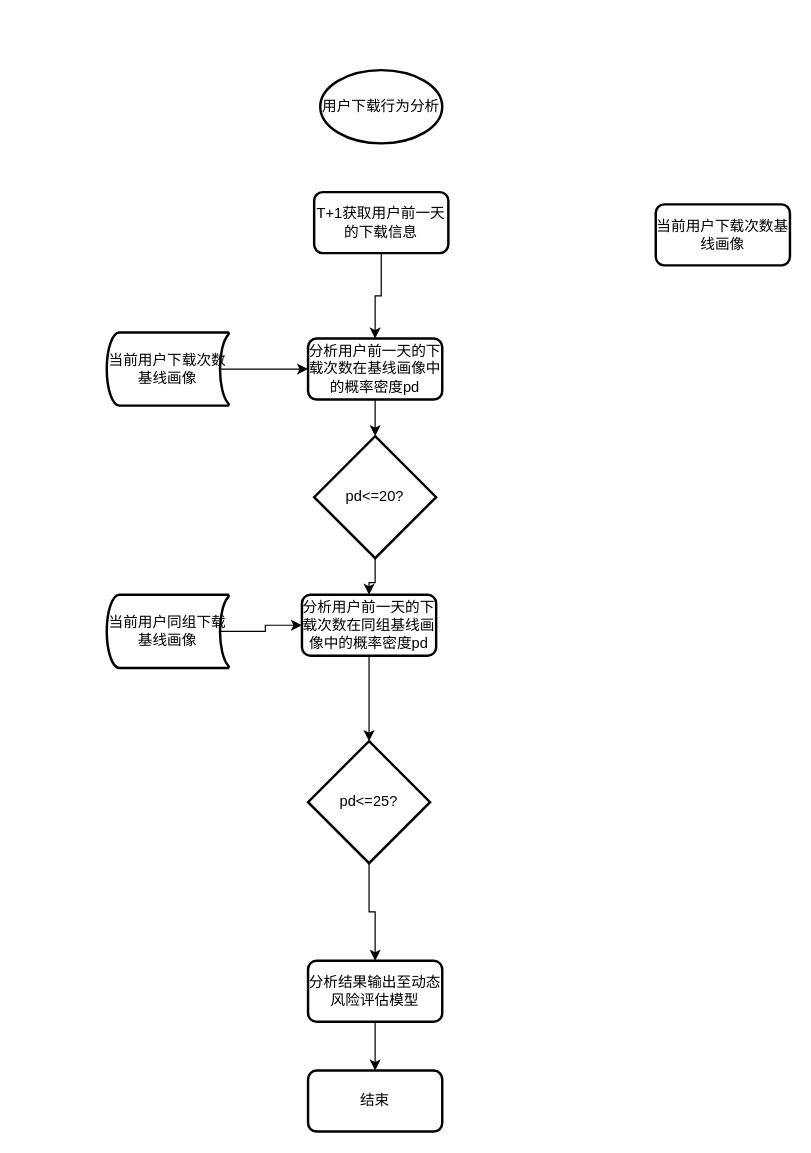
Before: 职能系统安全审计.drawio in zpxiao-ios/hello-world, a draw.io diagram. Source tidied: cells renumbered, new cells numbered last; positions are measured from the earlier drawing's top-left corner, leaving out a move shared by most shapes. Both pictures are drawn from the tidied source at 122%, with x=0, y=0 at pixel (106, 70).
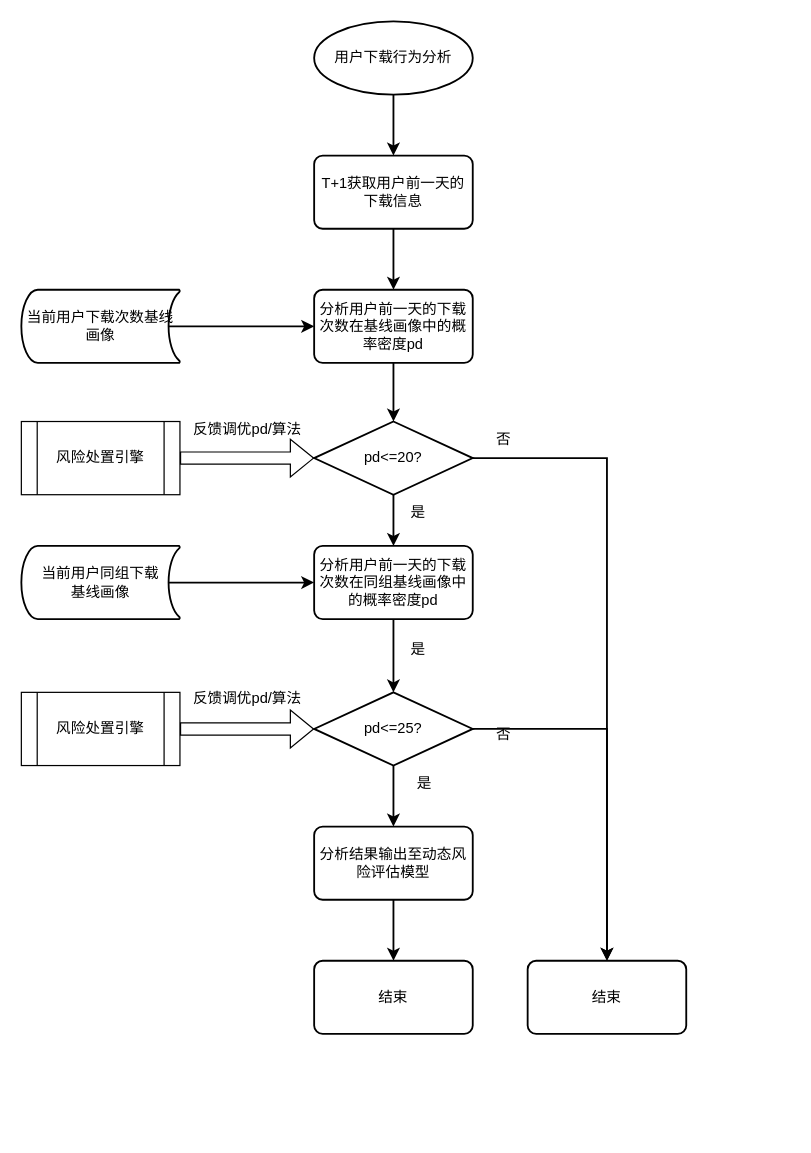
The same diagram, later.

Commit message (it also covers changes not shown here):
更新职能系统安全审计.drawio

What changed in the source:
```diff
@@
+    <mxCell id="21" style="edgeStyle=orthogonalEdgeStyle;rounded=0;jettySize=auto;html=1;exitX=0.5;exitY=1;exitDx=0;exitDy=0;exitPerimeter=0;entryX=0.5;entryY=0;entryDx=0;entryDy=0;strokeWidth=1.5;" parent="1" edge="1" source="2" target="4">
+      <mxGeometry relative="1" as="geometry" />
+    </mxCell>
-    <mxCell id="2" value="用户下载行为分析" style="strokeWidth=2;html=1;shape=mxgraph.flowchart.start_1;whiteSpace=wrap;" parent="1" vertex="1">
-      <mxGeometry x="175" width="100" height="60" as="geometry" />
+    <mxCell id="2" value="用户下载行为分析" style="strokeWidth=1.5;html=1;shape=mxgraph.flowchart.start_1;whiteSpace=wrap;" parent="1" vertex="1">
+      <mxGeometry x="170" y="-40" width="130" height="60" as="geometry" />
     </mxCell>
-    <mxCell id="3" style="edgeStyle=orthogonalEdgeStyle;rounded=0;jettySize=auto;html=1;exitX=0.5;exitY=1;exitDx=0;exitDy=0;" parent="1" edge="1" source="4" target="7">
+    <mxCell id="3" style="edgeStyle=orthogonalEdgeStyle;rounded=0;jettySize=auto;html=1;exitX=0.5;exitY=1;exitDx=0;exitDy=0;strokeWidth=1.5;" parent="1" edge="1" source="4" target="7">
       <mxGeometry relative="1" as="geometry" />
     </mxCell>
-    <mxCell id="4" value="T+1获取用户前一天的下载信息" style="rounded=1;whiteSpace=wrap;html=1;absoluteArcSize=1;arcSize=14;strokeWidth=2;" parent="1" vertex="1">
-      <mxGeometry x="170" y="100" width="110" height="50" as="geometry" />
+    <mxCell id="4" value="T+1获取用户前一天的下载信息" style="rounded=1;whiteSpace=wrap;html=1;absoluteArcSize=1;arcSize=14;strokeWidth=1.5;" parent="1" vertex="1">
+      <mxGeometry x="170" y="70" width="130" height="60" as="geometry" />
     </mxCell>
-    <mxCell id="5" value="当前用户下载次数基线画像" style="rounded=1;whiteSpace=wrap;html=1;absoluteArcSize=1;arcSize=14;strokeWidth=2;" parent="1" vertex="1">
-      <mxGeometry x="450" y="110" width="110" height="50" as="geometry" />
-    </mxCell>
-    <mxCell id="6" style="edgeStyle=orthogonalEdgeStyle;rounded=0;jettySize=auto;html=1;exitX=0.5;exitY=1;exitDx=0;exitDy=0;" parent="1" edge="1" source="7" target="9">
+    <mxCell id="6" style="edgeStyle=orthogonalEdgeStyle;rounded=0;jettySize=auto;html=1;exitX=0.5;exitY=1;exitDx=0;exitDy=0;strokeWidth=1.5;" parent="1" edge="1" source="7" target="9">
       <mxGeometry relative="1" as="geometry" />
     </mxCell>
-    <mxCell id="7" value="分析用户前一天的下载次数在基线画像中的概率密度pd" style="rounded=1;whiteSpace=wrap;html=1;absoluteArcSize=1;arcSize=14;strokeWidth=2;" parent="1" vertex="1">
-      <mxGeometry x="165" y="220" width="110" height="50" as="geometry" />
+    <mxCell id="7" value="分析用户前一天的下载次数在基线画像中的概率密度pd" style="rounded=1;whiteSpace=wrap;html=1;absoluteArcSize=1;arcSize=14;strokeWidth=1.5;" parent="1" vertex="1">
+      <mxGeometry x="170" y="180" width="130" height="60" as="geometry" />
     </mxCell>
-    <mxCell id="8" style="edgeStyle=orthogonalEdgeStyle;rounded=0;jettySize=auto;html=1;exitX=0.5;exitY=1;exitDx=0;exitDy=0;exitPerimeter=0;" parent="1" edge="1" source="9" target="15">
+    <mxCell id="8" style="edgeStyle=orthogonalEdgeStyle;rounded=0;jettySize=auto;html=1;exitX=0.5;exitY=1;exitDx=0;exitDy=0;exitPerimeter=0;strokeWidth=1.5;" parent="1" edge="1" source="9" target="15">
       <mxGeometry relative="1" as="geometry" />
     </mxCell>
+    <mxCell id="22" style="edgeStyle=orthogonalEdgeStyle;jettySize=auto;html=1;exitX=1;exitY=0.5;exitDx=0;exitDy=0;exitPerimeter=0;entryX=0.5;entryY=0;entryDx=0;entryDy=0;rounded=0;strokeWidth=1.5;" parent="1" edge="1" source="9" target="24">
+      <mxGeometry relative="1" as="geometry" />
+    </mxCell>
-    <mxCell id="9" value="pd&amp;lt;=20?" style="strokeWidth=2;html=1;shape=mxgraph.flowchart.decision;whiteSpace=wrap;" parent="1" vertex="1">
-      <mxGeometry x="170" y="300" width="100" height="100" as="geometry" />
+    <mxCell id="9" value="pd&amp;lt;=20?" style="strokeWidth=1.5;html=1;shape=mxgraph.flowchart.decision;whiteSpace=wrap;" parent="1" vertex="1">
+      <mxGeometry x="170" y="288" width="130" height="60" as="geometry" />
     </mxCell>
-    <mxCell id="10" style="edgeStyle=orthogonalEdgeStyle;rounded=0;jettySize=auto;html=1;exitX=0.93;exitY=0.5;exitDx=0;exitDy=0;exitPerimeter=0;entryX=0;entryY=0.5;entryDx=0;entryDy=0;" parent="1" edge="1" source="11" target="7">
+    <mxCell id="10" style="edgeStyle=orthogonalEdgeStyle;rounded=0;jettySize=auto;html=1;exitX=0.93;exitY=0.5;exitDx=0;exitDy=0;exitPerimeter=0;entryX=0;entryY=0.5;entryDx=0;entryDy=0;strokeWidth=1.5;" parent="1" edge="1" source="11" target="7">
       <mxGeometry relative="1" as="geometry" />
     </mxCell>
-    <mxCell id="11" value="当前用户下载次数基线画像" style="strokeWidth=2;html=1;shape=mxgraph.flowchart.stored_data;whiteSpace=wrap;" parent="1" vertex="1">
-      <mxGeometry y="215" width="100" height="60" as="geometry" />
+    <mxCell id="11" value="当前用户下载次数基线画像" style="strokeWidth=1.5;html=1;shape=mxgraph.flowchart.stored_data;whiteSpace=wrap;" parent="1" vertex="1">
+      <mxGeometry x="-70" y="180" width="130" height="60" as="geometry" />
     </mxCell>
-    <mxCell id="12" style="edgeStyle=orthogonalEdgeStyle;rounded=0;jettySize=auto;html=1;exitX=0.93;exitY=0.5;exitDx=0;exitDy=0;exitPerimeter=0;entryX=0;entryY=0.5;entryDx=0;entryDy=0;" parent="1" edge="1" source="13" target="15">
+    <mxCell id="12" style="edgeStyle=orthogonalEdgeStyle;rounded=0;jettySize=auto;html=1;exitX=0.93;exitY=0.5;exitDx=0;exitDy=0;exitPerimeter=0;entryX=0;entryY=0.5;entryDx=0;entryDy=0;strokeWidth=1.5;" parent="1" edge="1" source="13" target="15">
       <mxGeometry relative="1" as="geometry" />
     </mxCell>
-    <mxCell id="13" value="当前用户同组下载基线画像" style="strokeWidth=2;html=1;shape=mxgraph.flowchart.stored_data;whiteSpace=wrap;" parent="1" vertex="1">
-      <mxGeometry y="430" width="100" height="60" as="geometry" />
+    <mxCell id="13" value="当前用户同组下载&lt;br&gt;基线画像" style="strokeWidth=1.5;html=1;shape=mxgraph.flowchart.stored_data;whiteSpace=wrap;" parent="1" vertex="1">
+      <mxGeometry x="-70" y="390" width="130" height="60" as="geometry" />
     </mxCell>
-    <mxCell id="14" style="edgeStyle=orthogonalEdgeStyle;rounded=0;jettySize=auto;html=1;exitX=0.5;exitY=1;exitDx=0;exitDy=0;entryX=0.5;entryY=0;entryDx=0;entryDy=0;entryPerimeter=0;" parent="1" edge="1" source="15" target="17">
+    <mxCell id="14" style="edgeStyle=orthogonalEdgeStyle;rounded=0;jettySize=auto;html=1;exitX=0.5;exitY=1;exitDx=0;exitDy=0;entryX=0.5;entryY=0;entryDx=0;entryDy=0;entryPerimeter=0;strokeWidth=1.5;" parent="1" edge="1" source="15" target="17">
       <mxGeometry relative="1" as="geometry" />
     </mxCell>
-    <mxCell id="15" value="分析用户前一天的下载次数在同组基线画像中的概率密度pd" style="rounded=1;whiteSpace=wrap;html=1;absoluteArcSize=1;arcSize=14;strokeWidth=2;" parent="1" vertex="1">
-      <mxGeometry x="160" y="430" width="110" height="50" as="geometry" />
+    <mxCell id="15" value="分析用户前一天的下载次数在同组基线画像中的概率密度pd" style="rounded=1;whiteSpace=wrap;html=1;absoluteArcSize=1;arcSize=14;strokeWidth=1.5;" parent="1" vertex="1">
+      <mxGeometry x="170" y="390" width="130" height="60" as="geometry" />
     </mxCell>
-    <mxCell id="16" style="edgeStyle=orthogonalEdgeStyle;rounded=0;jettySize=auto;html=1;exitX=0.5;exitY=1;exitDx=0;exitDy=0;exitPerimeter=0;" parent="1" edge="1" source="17" target="20">
+    <mxCell id="16" style="edgeStyle=orthogonalEdgeStyle;rounded=0;jettySize=auto;html=1;exitX=0.5;exitY=1;exitDx=0;exitDy=0;exitPerimeter=0;strokeWidth=1.5;" parent="1" edge="1" source="17" target="20">
       <mxGeometry relative="1" as="geometry" />
     </mxCell>
+    <mxCell id="23" style="edgeStyle=orthogonalEdgeStyle;rounded=0;jettySize=auto;html=1;exitX=1;exitY=0.5;exitDx=0;exitDy=0;exitPerimeter=0;strokeWidth=1.5;" parent="1" edge="1" source="17" target="24">
+      <mxGeometry relative="1" as="geometry" />
+    </mxCell>
-    <mxCell id="17" value="pd&amp;lt;=25?" style="strokeWidth=2;html=1;shape=mxgraph.flowchart.decision;whiteSpace=wrap;" parent="1" vertex="1">
-      <mxGeometry x="165" y="550" width="100" height="100" as="geometry" />
+    <mxCell id="17" value="pd&amp;lt;=25?" style="strokeWidth=1.5;html=1;shape=mxgraph.flowchart.decision;whiteSpace=wrap;" parent="1" vertex="1">
+      <mxGeometry x="170" y="510" width="130" height="60" as="geometry" />
     </mxCell>
-    <mxCell id="18" value="结束" style="rounded=1;whiteSpace=wrap;html=1;absoluteArcSize=1;arcSize=14;strokeWidth=2;" parent="1" vertex="1">
-      <mxGeometry x="165" y="820" width="110" height="50" as="geometry" />
+    <mxCell id="18" value="结束" style="rounded=1;whiteSpace=wrap;html=1;absoluteArcSize=1;arcSize=14;strokeWidth=1.5;" parent="1" vertex="1">
+      <mxGeometry x="170" y="730" width="130" height="60" as="geometry" />
     </mxCell>
-    <mxCell id="19" style="edgeStyle=orthogonalEdgeStyle;rounded=0;jettySize=auto;html=1;exitX=0.5;exitY=1;exitDx=0;exitDy=0;entryX=0.5;entryY=0;entryDx=0;entryDy=0;" parent="1" edge="1" source="20" target="18">
+    <mxCell id="19" style="edgeStyle=orthogonalEdgeStyle;rounded=0;jettySize=auto;html=1;exitX=0.5;exitY=1;exitDx=0;exitDy=0;entryX=0.5;entryY=0;entryDx=0;entryDy=0;strokeWidth=1.5;" parent="1" edge="1" source="20" target="18">
       <mxGeometry relative="1" as="geometry" />
     </mxCell>
-    <mxCell id="20" value="分析结果输出至动态风险评估模型" style="rounded=1;whiteSpace=wrap;html=1;absoluteArcSize=1;arcSize=14;strokeWidth=2;" parent="1" vertex="1">
-      <mxGeometry x="165" y="730" width="110" height="50" as="geometry" />
+    <mxCell id="20" value="分析结果输出至动态风险评估模型" style="rounded=1;whiteSpace=wrap;html=1;absoluteArcSize=1;arcSize=14;strokeWidth=1.5;" parent="1" vertex="1">
+      <mxGeometry x="170" y="620" width="130" height="60" as="geometry" />
     </mxCell>
+    <mxCell id="24" value="结束" style="rounded=1;whiteSpace=wrap;html=1;absoluteArcSize=1;arcSize=14;strokeWidth=1.5;" parent="1" vertex="1">
+      <mxGeometry x="345" y="730" width="130" height="60" as="geometry" />
+    </mxCell>
+    <mxCell id="25" value="是" style="text;html=1;align=center;verticalAlign=middle;strokeColor=none;fillColor=none;strokeWidth=1.5;" parent="1" vertex="1">
+      <mxGeometry x="240" y="570" width="40" height="30" as="geometry" />
+    </mxCell>
+    <mxCell id="26" value="否" style="text;html=1;align=center;verticalAlign=middle;strokeColor=none;fillColor=none;strokeWidth=1.5;" parent="1" vertex="1">
+      <mxGeometry x="305" y="530" width="40" height="30" as="geometry" />
+    </mxCell>
+    <mxCell id="27" value="否" style="text;html=1;align=center;verticalAlign=middle;strokeColor=none;fillColor=none;strokeWidth=1.5;" parent="1" vertex="1">
+      <mxGeometry x="305" y="288" width="40" height="30" as="geometry" />
+    </mxCell>
+    <mxCell id="28" value="是" style="text;html=1;align=center;verticalAlign=middle;strokeColor=none;fillColor=none;strokeWidth=1.5;" parent="1" vertex="1">
+      <mxGeometry x="235" y="348" width="40" height="30" as="geometry" />
+    </mxCell>
+    <mxCell id="29" value="是" style="text;html=1;align=center;verticalAlign=middle;strokeColor=none;fillColor=none;strokeWidth=1.5;" parent="1" vertex="1">
+      <mxGeometry x="235" y="460" width="40" height="30" as="geometry" />
+    </mxCell>
+    <mxCell id="30" value="风险处置引擎" style="shape=process;whiteSpace=wrap;html=1;backgroundOutline=1;" parent="1" vertex="1">
+      <mxGeometry x="-70" y="510" width="130" height="60" as="geometry" />
+    </mxCell>
+    <mxCell id="31" value="风险处置引擎" style="shape=process;whiteSpace=wrap;html=1;backgroundOutline=1;" parent="1" vertex="1">
+      <mxGeometry x="-70" y="288" width="130" height="60" as="geometry" />
+    </mxCell>
+    <mxCell id="32" style="shape=flexArrow;endArrow=classic;html=1;rounded=0;entryX=0;entryY=0.5;entryDx=0;entryDy=0;entryPerimeter=0;" parent="1" edge="1" source="30" target="17">
+      <mxGeometry relative="1" as="geometry" />
+    </mxCell>
+    <mxCell id="33" value="反馈调优pd/算法" style="text;html=1;align=center;verticalAlign=middle;strokeColor=none;fillColor=none;" parent="1" vertex="1">
+      <mxGeometry x="60" y="500" width="110" height="30" as="geometry" />
+    </mxCell>
+    <mxCell id="34" value="反馈调优pd/算法" style="text;html=1;align=center;verticalAlign=middle;strokeColor=none;fillColor=none;" parent="1" vertex="1">
+      <mxGeometry x="60" y="280" width="110" height="30" as="geometry" />
+    </mxCell>
+    <mxCell id="35" style="shape=flexArrow;endArrow=classic;html=1;rounded=0;entryX=0;entryY=0.5;entryDx=0;entryDy=0;entryPerimeter=0;exitX=1;exitY=0.5;exitDx=0;exitDy=0;" parent="1" edge="1" source="31" target="9">
+      <mxGeometry relative="1" as="geometry" />
+    </mxCell>
```
